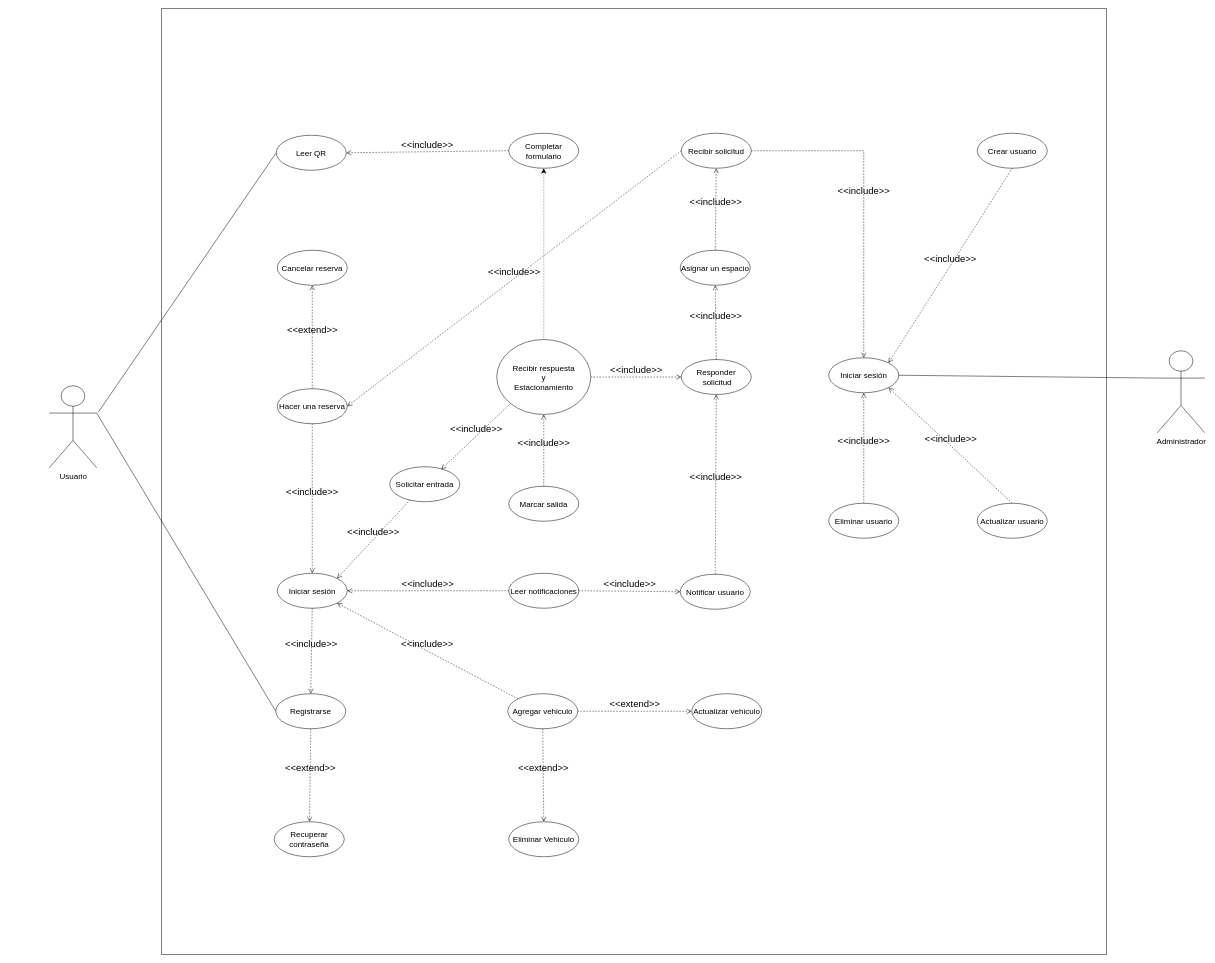
Before: Diagramas/Casos_general.drawio in MrRevillod/SmartParking, a draw.io diagram. Source tidied: cells renumbered, new cells numbered last; positions are measured from the earlier drawing's top-left corner, leaving out a move shared by most shapes. Both pictures are drawn from the tidied source at 50%, with x=0, y=0 at pixel (49, 8).
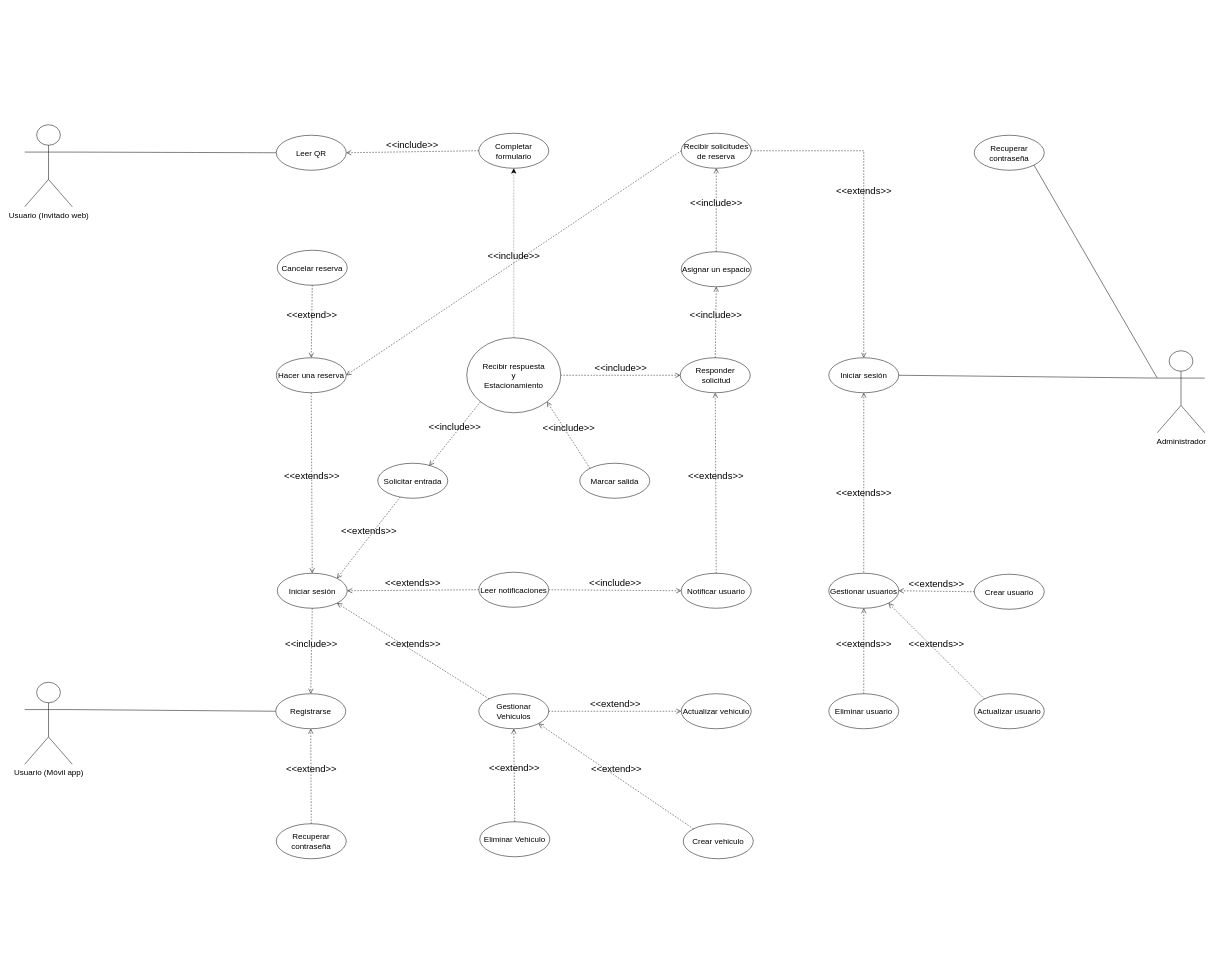
The same diagram, later.

The change refers to these unchanged cells:
```xml
<mxCell id="4" value="Iniciar sesión" style="ellipse;whiteSpace=wrap;html=1;fontSize=16;" parent="1" vertex="1">
  <mxGeometry x="456" y="1129" width="140" height="70" as="geometry" />
</mxCell>
<mxCell id="6" value="Registrarse" style="ellipse;whiteSpace=wrap;html=1;fontSize=16;" parent="1" vertex="1">
  <mxGeometry x="453" y="1370" width="140" height="70" as="geometry" />
</mxCell>
<mxCell id="8" value="Cancelar reserva" style="ellipse;whiteSpace=wrap;html=1;fontSize=16;" parent="1" vertex="1">
  <mxGeometry x="456" y="483" width="140" height="70" as="geometry" />
</mxCell>
<mxCell id="13" value="Leer QR" style="ellipse;whiteSpace=wrap;html=1;fontSize=16;" parent="1" vertex="1">
  <mxGeometry x="454" y="253" width="140" height="70" as="geometry" />
</mxCell>
<mxCell id="23" value="Iniciar sesión" style="ellipse;whiteSpace=wrap;html=1;fontSize=16;" parent="1" vertex="1">
  <mxGeometry x="1559" y="698" width="140" height="70" as="geometry" />
</mxCell>
<mxCell id="26" value="Administrador" style="shape=umlActor;verticalLabelPosition=bottom;verticalAlign=top;html=1;outlineConnect=0;fontSize=16;" parent="1" vertex="1">
  <mxGeometry x="2216" y="684" width="95" height="164" as="geometry" />
</mxCell>
```

The edit, as a diff of the source:
```diff
@@
-    <mxCell id="2" style="whiteSpace=wrap;html=1;fontSize=16;rotation=-90;" parent="1" vertex="1">
-      <mxGeometry x="224" width="1891" height="1891" as="geometry" />
-    </mxCell>
-    <mxCell id="3" value="Usuario" style="shape=umlActor;verticalLabelPosition=bottom;verticalAlign=top;html=1;outlineConnect=0;fontSize=16;" parent="1" vertex="1">
-      <mxGeometry y="754" width="95" height="164" as="geometry" />
+    <mxCell id="3" value="Usuario (Móvil app)" style="shape=umlActor;verticalLabelPosition=bottom;verticalAlign=top;html=1;outlineConnect=0;fontSize=16;" parent="1" vertex="1">
+      <mxGeometry x="-49" y="1347" width="95" height="164" as="geometry" />
     </mxCell>
@@
     <mxCell id="7" value="Completar formulario" style="ellipse;whiteSpace=wrap;html=1;fontSize=16;" parent="1" vertex="1">
-      <mxGeometry x="919" y="249" width="140" height="70" as="geometry" />
+      <mxGeometry x="859" y="249" width="140" height="70" as="geometry" />
     </mxCell>
@@
     <mxCell id="9" value="Marcar salida" style="ellipse;whiteSpace=wrap;html=1;fontSize=16;" parent="1" vertex="1">
-      <mxGeometry x="919" y="955" width="140" height="70" as="geometry" />
+      <mxGeometry x="1061" y="909" width="140" height="70" as="geometry" />
     </mxCell>
     <mxCell id="10" value="Responder&lt;br&gt;&amp;nbsp;solicitud" style="ellipse;whiteSpace=wrap;html=1;fontSize=16;" parent="1" vertex="1">
-      <mxGeometry x="1264" y="701.5" width="140" height="70" as="geometry" />
+      <mxGeometry x="1262" y="698" width="140" height="70" as="geometry" />
     </mxCell>
     <mxCell id="11" value="Asignar un espacio" style="ellipse;whiteSpace=wrap;html=1;fontSize=16;" parent="1" vertex="1">
-      <mxGeometry x="1262" y="483" width="140" height="70" as="geometry" />
+      <mxGeometry x="1264" y="486" width="140" height="70" as="geometry" />
     </mxCell>
-    <mxCell id="12" style="edgeStyle=none;curved=1;rounded=0;jettySize=auto;html=1;exitX=0;exitY=0.5;exitDx=0;exitDy=0;fontSize=12;startSize=8;endSize=8;endArrow=none;endFill=0;" parent="1" edge="1" source="13">
-      <mxGeometry relative="1" as="geometry">
-        <mxPoint x="98" y="807" as="targetPoint" />
-      </mxGeometry>
+    <mxCell id="12" style="edgeStyle=none;curved=1;rounded=0;jettySize=auto;html=1;exitX=0;exitY=0.5;exitDx=0;exitDy=0;fontSize=12;startSize=8;endSize=8;endArrow=none;endFill=0;entryX=1;entryY=0.3333333333333333;entryDx=0;entryDy=0;entryPerimeter=0;" parent="1" edge="1" source="13" target="60">
+      <mxGeometry relative="1" as="geometry" />
     </mxCell>
@@
     <mxCell id="14" value="Actualizar vehiculo" style="ellipse;whiteSpace=wrap;html=1;fontSize=16;" parent="1" vertex="1">
-      <mxGeometry x="1285" y="1370" width="140" height="70" as="geometry" />
+      <mxGeometry x="1264" y="1370" width="140" height="70" as="geometry" />
     </mxCell>
-    <mxCell id="15" value="Agregar vehiculo" style="ellipse;whiteSpace=wrap;html=1;fontSize=16;" parent="1" vertex="1">
-      <mxGeometry x="917" y="1370" width="140" height="70" as="geometry" />
+    <mxCell id="15" value="Gestionar Vehiculos" style="ellipse;whiteSpace=wrap;html=1;fontSize=16;" parent="1" vertex="1">
+      <mxGeometry x="859" y="1370" width="140" height="70" as="geometry" />
     </mxCell>
     <mxCell id="16" value="Eliminar Vehiculo" style="ellipse;whiteSpace=wrap;html=1;fontSize=16;" parent="1" vertex="1">
-      <mxGeometry x="919" y="1626" width="140" height="70" as="geometry" />
+      <mxGeometry x="861" y="1626" width="140" height="70" as="geometry" />
     </mxCell>
     <mxCell id="17" value="Hacer una reserva" style="ellipse;whiteSpace=wrap;html=1;fontSize=16;" parent="1" vertex="1">
-      <mxGeometry x="456" y="760" width="140" height="70" as="geometry" />
+      <mxGeometry x="454" y="698" width="140" height="70" as="geometry" />
     </mxCell>
@@
     <mxCell id="19" value="Recibir respuesta&lt;br&gt;y&lt;br&gt;Estacionamiento" style="ellipse;whiteSpace=wrap;html=1;fontSize=16;" parent="1" vertex="1">
-      <mxGeometry x="895" y="661.5" width="188" height="150" as="geometry" />
+      <mxGeometry x="835" y="658" width="188" height="150" as="geometry" />
     </mxCell>
-    <mxCell id="20" value="Recibir solicitud" style="ellipse;whiteSpace=wrap;html=1;fontSize=16;" parent="1" vertex="1">
+    <mxCell id="20" value="Recibir solicitudes de reserva" style="ellipse;whiteSpace=wrap;html=1;fontSize=16;" parent="1" vertex="1">
       <mxGeometry x="1264" y="249" width="140" height="70" as="geometry" />
     </mxCell>
     <mxCell id="21" value="Notificar usuario" style="ellipse;whiteSpace=wrap;html=1;fontSize=16;" parent="1" vertex="1">
-      <mxGeometry x="1262" y="1131" width="140" height="70" as="geometry" />
+      <mxGeometry x="1264" y="1129" width="140" height="70" as="geometry" />
     </mxCell>
     <mxCell id="22" value="Leer notificaciones" style="ellipse;whiteSpace=wrap;html=1;fontSize=16;" parent="1" vertex="1">
-      <mxGeometry x="919" y="1129" width="140" height="70" as="geometry" />
+      <mxGeometry x="859" y="1127" width="140" height="70" as="geometry" />
     </mxCell>
@@
     <mxCell id="24" value="Recuperar contraseña" style="ellipse;whiteSpace=wrap;html=1;fontSize=16;" parent="1" vertex="1">
-      <mxGeometry x="450" y="1626" width="140" height="70" as="geometry" />
+      <mxGeometry x="454" y="1630" width="140" height="70" as="geometry" />
     </mxCell>
@@
+    <mxCell id="54" style="edgeStyle=none;curved=1;rounded=0;jettySize=auto;html=1;exitX=0;exitY=0.3333333333333333;exitDx=0;exitDy=0;exitPerimeter=0;entryX=1;entryY=1;entryDx=0;entryDy=0;fontSize=12;startSize=8;endSize=8;endArrow=none;endFill=0;" parent="1" edge="1" source="26" target="59">
+      <mxGeometry relative="1" as="geometry" />
+    </mxCell>
@@
     <mxCell id="27" value="Actualizar usuario" style="ellipse;whiteSpace=wrap;html=1;fontSize=16;" parent="1" vertex="1">
-      <mxGeometry x="1856" y="989" width="140" height="70" as="geometry" />
+      <mxGeometry x="1850" y="1370" width="140" height="70" as="geometry" />
     </mxCell>
     <mxCell id="28" value="Crear usuario" style="ellipse;whiteSpace=wrap;html=1;fontSize=16;" parent="1" vertex="1">
-      <mxGeometry x="1856" y="249" width="140" height="70" as="geometry" />
+      <mxGeometry x="1850" y="1131" width="140" height="70" as="geometry" />
     </mxCell>
     <mxCell id="29" value="Eliminar usuario" style="ellipse;whiteSpace=wrap;html=1;fontSize=16;" parent="1" vertex="1">
-      <mxGeometry x="1559" y="989" width="140" height="70" as="geometry" />
+      <mxGeometry x="1559" y="1370" width="140" height="70" as="geometry" />
     </mxCell>
@@
-    <mxCell id="31" value="&lt;font style=&quot;font-size: 19px;&quot;&gt;&amp;lt;&amp;lt;include&amp;gt;&amp;gt;&lt;/font&gt;" style="endArrow=open;startArrow=none;endFill=0;startFill=0;endSize=8;html=1;verticalAlign=bottom;dashed=1;labelBackgroundColor=none;rounded=0;fontSize=12;curved=1;exitX=0.5;exitY=1;exitDx=0;exitDy=0;entryX=0.5;entryY=0;entryDx=0;entryDy=0;" parent="1" edge="1" source="17" target="4">
+    <mxCell id="31" value="&lt;font style=&quot;font-size: 19px;&quot;&gt;&amp;lt;&amp;lt;extends&amp;gt;&amp;gt;&lt;/font&gt;" style="endArrow=open;startArrow=none;endFill=0;startFill=0;endSize=8;html=1;verticalAlign=bottom;dashed=1;labelBackgroundColor=none;rounded=0;fontSize=12;curved=1;exitX=0.5;exitY=1;exitDx=0;exitDy=0;entryX=0.5;entryY=0;entryDx=0;entryDy=0;" parent="1" edge="1" source="17" target="4">
       <mxGeometry relative="1" as="geometry" />
     </mxCell>
-    <mxCell id="32" value="&lt;font style=&quot;font-size: 19px;&quot;&gt;&amp;lt;&amp;lt;include&amp;gt;&amp;gt;&lt;/font&gt;" style="endArrow=open;startArrow=none;endFill=0;startFill=0;endSize=8;html=1;verticalAlign=bottom;dashed=1;labelBackgroundColor=none;rounded=0;fontSize=12;curved=1;exitX=0;exitY=0;exitDx=0;exitDy=0;entryX=1;entryY=1;entryDx=0;entryDy=0;" parent="1" edge="1" source="15" target="4">
+    <mxCell id="32" value="&lt;font style=&quot;font-size: 19px;&quot;&gt;&amp;lt;&amp;lt;extends&amp;gt;&amp;gt;&lt;/font&gt;" style="endArrow=open;startArrow=none;endFill=0;startFill=0;endSize=8;html=1;verticalAlign=bottom;dashed=1;labelBackgroundColor=none;rounded=0;fontSize=12;curved=1;exitX=0;exitY=0;exitDx=0;exitDy=0;entryX=1;entryY=1;entryDx=0;entryDy=0;" parent="1" edge="1" source="15" target="4">
       <mxGeometry relative="1" as="geometry" />
     </mxCell>
-    <mxCell id="33" value="&lt;font style=&quot;font-size: 19px;&quot;&gt;&amp;lt;&amp;lt;include&amp;gt;&amp;gt;&lt;/font&gt;" style="endArrow=open;startArrow=none;endFill=0;startFill=0;endSize=8;html=1;verticalAlign=bottom;dashed=1;labelBackgroundColor=none;rounded=0;fontSize=12;curved=1;exitX=0;exitY=0.5;exitDx=0;exitDy=0;entryX=1;entryY=0.5;entryDx=0;entryDy=0;" parent="1" edge="1" source="22" target="4">
+    <mxCell id="33" value="&lt;font style=&quot;font-size: 19px;&quot;&gt;&amp;lt;&amp;lt;extends&amp;gt;&amp;gt;&lt;/font&gt;" style="endArrow=open;startArrow=none;endFill=0;startFill=0;endSize=8;html=1;verticalAlign=bottom;dashed=1;labelBackgroundColor=none;rounded=0;fontSize=12;curved=1;exitX=0;exitY=0.5;exitDx=0;exitDy=0;entryX=1;entryY=0.5;entryDx=0;entryDy=0;" parent="1" edge="1" source="22" target="4">
       <mxGeometry relative="1" as="geometry" />
     </mxCell>
@@
-    <mxCell id="35" value="&lt;font style=&quot;font-size: 19px;&quot;&gt;&amp;lt;&amp;lt;include&amp;gt;&amp;gt;&lt;/font&gt;" style="endArrow=open;startArrow=none;endFill=0;startFill=0;endSize=8;html=1;verticalAlign=bottom;dashed=1;labelBackgroundColor=none;rounded=0;fontSize=12;curved=1;exitX=0.5;exitY=0;exitDx=0;exitDy=0;entryX=0.5;entryY=1;entryDx=0;entryDy=0;" parent="1" edge="1" source="21" target="10">
+    <mxCell id="35" value="&lt;font style=&quot;font-size: 19px;&quot;&gt;&amp;lt;&amp;lt;extends&amp;gt;&amp;gt;&lt;/font&gt;" style="endArrow=open;startArrow=none;endFill=0;startFill=0;endSize=8;html=1;verticalAlign=bottom;dashed=1;labelBackgroundColor=none;rounded=0;fontSize=12;curved=1;exitX=0.5;exitY=0;exitDx=0;exitDy=0;entryX=0.5;entryY=1;entryDx=0;entryDy=0;" parent="1" edge="1" source="21" target="10">
       <mxGeometry relative="1" as="geometry" />
     </mxCell>
@@
-    <mxCell id="39" value="&lt;font style=&quot;font-size: 19px;&quot;&gt;&amp;lt;&amp;lt;include&amp;gt;&amp;gt;&lt;/font&gt;" style="endArrow=open;startArrow=none;endFill=0;startFill=0;endSize=8;html=1;verticalAlign=bottom;dashed=1;labelBackgroundColor=none;rounded=0;fontSize=12;exitX=1;exitY=0.5;exitDx=0;exitDy=0;entryX=0.5;entryY=0;entryDx=0;entryDy=0;" parent="1" edge="1" source="20" target="23">
+    <mxCell id="39" value="&lt;font style=&quot;font-size: 19px;&quot;&gt;&amp;lt;&amp;lt;extends&amp;gt;&amp;gt;&lt;/font&gt;" style="endArrow=open;startArrow=none;endFill=0;startFill=0;endSize=8;html=1;verticalAlign=bottom;dashed=1;labelBackgroundColor=none;rounded=0;fontSize=12;exitX=1;exitY=0.5;exitDx=0;exitDy=0;entryX=0.5;entryY=0;entryDx=0;entryDy=0;" parent="1" edge="1" source="20" target="23">
       <mxGeometry relative="1" as="geometry">
         <Array as="points">
           <mxPoint x="1629" y="284" />
         </Array>
       </mxGeometry>
     </mxCell>
@@
-    <mxCell id="42" value="&lt;font style=&quot;font-size: 19px;&quot;&gt;&amp;lt;&amp;lt;extend&amp;gt;&amp;gt;&lt;/font&gt;" style="endArrow=open;startArrow=none;endFill=0;startFill=0;endSize=8;html=1;verticalAlign=bottom;dashed=1;labelBackgroundColor=none;rounded=0;fontSize=12;curved=1;exitX=0.5;exitY=1;exitDx=0;exitDy=0;" parent="1" edge="1" source="6" target="24">
+    <mxCell id="42" value="&lt;font style=&quot;font-size: 19px;&quot;&gt;&amp;lt;&amp;lt;extend&amp;gt;&amp;gt;&lt;/font&gt;" style="endArrow=open;startArrow=none;endFill=0;startFill=0;endSize=8;html=1;verticalAlign=bottom;dashed=1;labelBackgroundColor=none;rounded=0;fontSize=12;curved=1;exitX=0.5;exitY=0;exitDx=0;exitDy=0;entryX=0.5;entryY=1;entryDx=0;entryDy=0;" parent="1" edge="1" source="24" target="6">
       <mxGeometry relative="1" as="geometry" />
     </mxCell>
-    <mxCell id="43" value="&lt;font style=&quot;font-size: 19px;&quot;&gt;&amp;lt;&amp;lt;extend&amp;gt;&amp;gt;&lt;/font&gt;" style="endArrow=open;startArrow=none;endFill=0;startFill=0;endSize=8;html=1;verticalAlign=bottom;dashed=1;labelBackgroundColor=none;rounded=0;fontSize=12;curved=1;exitX=0.5;exitY=1;exitDx=0;exitDy=0;entryX=0.5;entryY=0;entryDx=0;entryDy=0;" parent="1" edge="1" source="15" target="16">
+    <mxCell id="43" value="&lt;font style=&quot;font-size: 19px;&quot;&gt;&amp;lt;&amp;lt;extend&amp;gt;&amp;gt;&lt;/font&gt;" style="endArrow=open;startArrow=none;endFill=0;startFill=0;endSize=8;html=1;verticalAlign=bottom;dashed=1;labelBackgroundColor=none;rounded=0;fontSize=12;curved=1;exitX=0.5;exitY=0;exitDx=0;exitDy=0;entryX=0.5;entryY=1;entryDx=0;entryDy=0;" parent="1" edge="1" source="16" target="15">
       <mxGeometry relative="1" as="geometry" />
     </mxCell>
@@
-    <mxCell id="46" value="&lt;font style=&quot;font-size: 19px;&quot;&gt;&amp;lt;&amp;lt;include&amp;gt;&amp;gt;&lt;/font&gt;" style="endArrow=open;startArrow=none;endFill=0;startFill=0;endSize=8;html=1;verticalAlign=bottom;dashed=1;labelBackgroundColor=none;rounded=0;fontSize=12;curved=1;exitX=0.5;exitY=0;exitDx=0;exitDy=0;entryX=0.5;entryY=1;entryDx=0;entryDy=0;" parent="1" edge="1" source="9" target="19">
+    <mxCell id="46" value="&lt;font style=&quot;font-size: 19px;&quot;&gt;&amp;lt;&amp;lt;include&amp;gt;&amp;gt;&lt;/font&gt;" style="endArrow=open;startArrow=none;endFill=0;startFill=0;endSize=8;html=1;verticalAlign=bottom;dashed=1;labelBackgroundColor=none;rounded=0;fontSize=12;curved=1;exitX=0;exitY=0;exitDx=0;exitDy=0;entryX=1;entryY=1;entryDx=0;entryDy=0;" parent="1" edge="1" source="9" target="19">
       <mxGeometry relative="1" as="geometry" />
     </mxCell>
-    <mxCell id="47" value="&lt;font style=&quot;font-size: 19px;&quot;&gt;&amp;lt;&amp;lt;extend&amp;gt;&amp;gt;&lt;/font&gt;" style="endArrow=open;startArrow=none;endFill=0;startFill=0;endSize=8;html=1;verticalAlign=bottom;dashed=1;labelBackgroundColor=none;rounded=0;fontSize=12;curved=1;exitX=0.5;exitY=0;exitDx=0;exitDy=0;entryX=0.5;entryY=1;entryDx=0;entryDy=0;" parent="1" edge="1" source="17" target="8">
+    <mxCell id="47" value="&lt;font style=&quot;font-size: 19px;&quot;&gt;&amp;lt;&amp;lt;extend&amp;gt;&amp;gt;&lt;/font&gt;" style="endArrow=open;startArrow=none;endFill=0;startFill=0;endSize=8;html=1;verticalAlign=bottom;dashed=1;labelBackgroundColor=none;rounded=0;fontSize=12;curved=1;entryX=0.5;entryY=0;entryDx=0;entryDy=0;exitX=0.5;exitY=1;exitDx=0;exitDy=0;" parent="1" edge="1" source="8" target="17">
       <mxGeometry relative="1" as="geometry" />
     </mxCell>
-    <mxCell id="48" value="&lt;font style=&quot;font-size: 19px;&quot;&gt;&amp;lt;&amp;lt;include&amp;gt;&amp;gt;&lt;/font&gt;" style="endArrow=open;startArrow=none;endFill=0;startFill=0;endSize=8;html=1;verticalAlign=bottom;dashed=1;labelBackgroundColor=none;rounded=0;fontSize=12;exitX=0.5;exitY=0;exitDx=0;exitDy=0;entryX=1;entryY=1;entryDx=0;entryDy=0;" parent="1" edge="1" source="27" target="23">
-      <mxGeometry relative="1" as="geometry" />
-    </mxCell>
-    <mxCell id="49" value="&lt;font style=&quot;font-size: 19px;&quot;&gt;&amp;lt;&amp;lt;include&amp;gt;&amp;gt;&lt;/font&gt;" style="endArrow=open;startArrow=none;endFill=0;startFill=0;endSize=8;html=1;verticalAlign=bottom;dashed=1;labelBackgroundColor=none;rounded=0;fontSize=12;curved=1;exitX=0.5;exitY=1;exitDx=0;exitDy=0;entryX=1;entryY=0;entryDx=0;entryDy=0;" parent="1" edge="1" source="28" target="23">
+    <mxCell id="49" value="&lt;font style=&quot;font-size: 19px;&quot;&gt;&amp;lt;&amp;lt;extends&amp;gt;&amp;gt;&lt;/font&gt;" style="endArrow=open;startArrow=none;endFill=0;startFill=0;endSize=8;html=1;verticalAlign=bottom;dashed=1;labelBackgroundColor=none;rounded=0;fontSize=12;curved=1;exitX=0.5;exitY=1;exitDx=0;exitDy=0;entryX=0.5;entryY=1;entryDx=0;entryDy=0;" parent="1" edge="1" source="55" target="23">
       <mxGeometry relative="1" as="geometry" />
     </mxCell>
-    <mxCell id="50" value="&lt;font style=&quot;font-size: 19px;&quot;&gt;&amp;lt;&amp;lt;include&amp;gt;&amp;gt;&lt;/font&gt;" style="endArrow=open;startArrow=none;endFill=0;startFill=0;endSize=8;html=1;verticalAlign=bottom;dashed=1;labelBackgroundColor=none;rounded=0;fontSize=12;curved=1;exitX=0.5;exitY=0;exitDx=0;exitDy=0;entryX=0.5;entryY=1;entryDx=0;entryDy=0;" parent="1" edge="1" source="29" target="23">
-      <mxGeometry relative="1" as="geometry" />
-    </mxCell>
     <mxCell id="51" value="Solicitar entrada" style="ellipse;whiteSpace=wrap;html=1;fontSize=16;" parent="1" vertex="1">
-      <mxGeometry x="681" y="916" width="140" height="70" as="geometry" />
+      <mxGeometry x="657" y="909" width="140" height="70" as="geometry" />
     </mxCell>
-    <mxCell id="52" value="&lt;font style=&quot;font-size: 19px;&quot;&gt;&amp;lt;&amp;lt;include&amp;gt;&amp;gt;&lt;/font&gt;" style="endArrow=open;startArrow=none;endFill=0;startFill=0;endSize=8;html=1;verticalAlign=bottom;dashed=1;labelBackgroundColor=none;rounded=0;fontSize=12;curved=1;entryX=1;entryY=0;entryDx=0;entryDy=0;" parent="1" edge="1" source="51" target="4">
+    <mxCell id="52" value="&lt;font style=&quot;font-size: 19px;&quot;&gt;&amp;lt;&amp;lt;extends&amp;gt;&amp;gt;&lt;/font&gt;" style="endArrow=open;startArrow=none;endFill=0;startFill=0;endSize=8;html=1;verticalAlign=bottom;dashed=1;labelBackgroundColor=none;rounded=0;fontSize=12;curved=1;entryX=1;entryY=0;entryDx=0;entryDy=0;" parent="1" edge="1" source="51" target="4">
       <mxGeometry relative="1" as="geometry" />
     </mxCell>
@@
+    <mxCell id="55" value="Gestionar usuarios" style="ellipse;whiteSpace=wrap;html=1;fontSize=16;" parent="1" vertex="1">
+      <mxGeometry x="1559" y="1129" width="140" height="70" as="geometry" />
+    </mxCell>
+    <mxCell id="56" value="&lt;font style=&quot;font-size: 19px;&quot;&gt;&amp;lt;&amp;lt;extends&amp;gt;&amp;gt;&lt;/font&gt;" style="endArrow=open;startArrow=none;endFill=0;startFill=0;endSize=8;html=1;verticalAlign=bottom;dashed=1;labelBackgroundColor=none;rounded=0;fontSize=12;curved=1;exitX=0;exitY=0.5;exitDx=0;exitDy=0;entryX=1;entryY=0.5;entryDx=0;entryDy=0;" parent="1" edge="1" source="28" target="55">
+      <mxGeometry relative="1" as="geometry" />
+    </mxCell>
+    <mxCell id="57" value="&lt;font style=&quot;font-size: 19px;&quot;&gt;&amp;lt;&amp;lt;extends&amp;gt;&amp;gt;&lt;/font&gt;" style="endArrow=open;startArrow=none;endFill=0;startFill=0;endSize=8;html=1;verticalAlign=bottom;dashed=1;labelBackgroundColor=none;rounded=0;fontSize=12;curved=1;exitX=0.5;exitY=0;exitDx=0;exitDy=0;entryX=0.5;entryY=1;entryDx=0;entryDy=0;" parent="1" edge="1" source="29" target="55">
+      <mxGeometry relative="1" as="geometry" />
+    </mxCell>
+    <mxCell id="58" value="&lt;font style=&quot;font-size: 19px;&quot;&gt;&amp;lt;&amp;lt;extends&amp;gt;&amp;gt;&lt;/font&gt;" style="endArrow=open;startArrow=none;endFill=0;startFill=0;endSize=8;html=1;verticalAlign=bottom;dashed=1;labelBackgroundColor=none;rounded=0;fontSize=12;exitX=0;exitY=0;exitDx=0;exitDy=0;entryX=1;entryY=1;entryDx=0;entryDy=0;" parent="1" edge="1" source="27" target="55">
+      <mxGeometry relative="1" as="geometry" />
+    </mxCell>
+    <mxCell id="59" value="Recuperar contraseña" style="ellipse;whiteSpace=wrap;html=1;fontSize=16;" parent="1" vertex="1">
+      <mxGeometry x="1850" y="253" width="140" height="70" as="geometry" />
+    </mxCell>
+    <mxCell id="60" value="Usuario (Invitado web)" style="shape=umlActor;verticalLabelPosition=bottom;verticalAlign=top;html=1;outlineConnect=0;fontSize=16;" parent="1" vertex="1">
+      <mxGeometry x="-49" y="232" width="95" height="164" as="geometry" />
+    </mxCell>
+    <mxCell id="61" value="Crear vehiculo" style="ellipse;whiteSpace=wrap;html=1;fontSize=16;" parent="1" vertex="1">
+      <mxGeometry x="1268" y="1630" width="140" height="70" as="geometry" />
+    </mxCell>
+    <mxCell id="62" value="&lt;font style=&quot;font-size: 19px;&quot;&gt;&amp;lt;&amp;lt;extend&amp;gt;&amp;gt;&lt;/font&gt;" style="endArrow=open;startArrow=none;endFill=0;startFill=0;endSize=8;html=1;verticalAlign=bottom;dashed=1;labelBackgroundColor=none;rounded=0;fontSize=12;curved=1;entryX=1;entryY=1;entryDx=0;entryDy=0;exitX=0;exitY=0;exitDx=0;exitDy=0;" parent="1" edge="1" source="61" target="15">
+      <mxGeometry relative="1" as="geometry" />
+    </mxCell>
```
